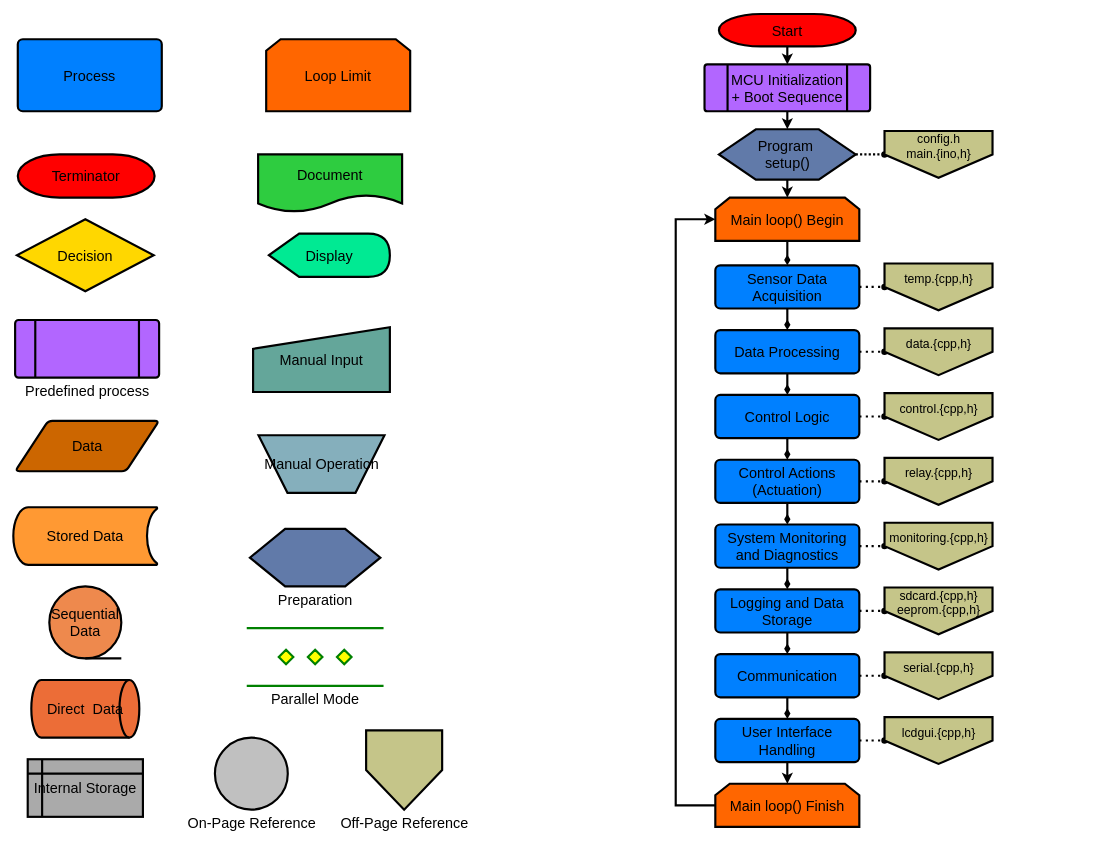
Earlier version of the draw.io diagram software/main/Press_Software_Flow_Diagram.drawio (uwo-fast/desktop-sheet-press). Source tidied: cells renumbered, new cells numbered last; positions are measured from the earlier drawing's top-left corner, leaving out a move shared by most shapes. Both pictures are drawn from the tidied source at 72%, with x=0, y=0 at pixel (13, 14).
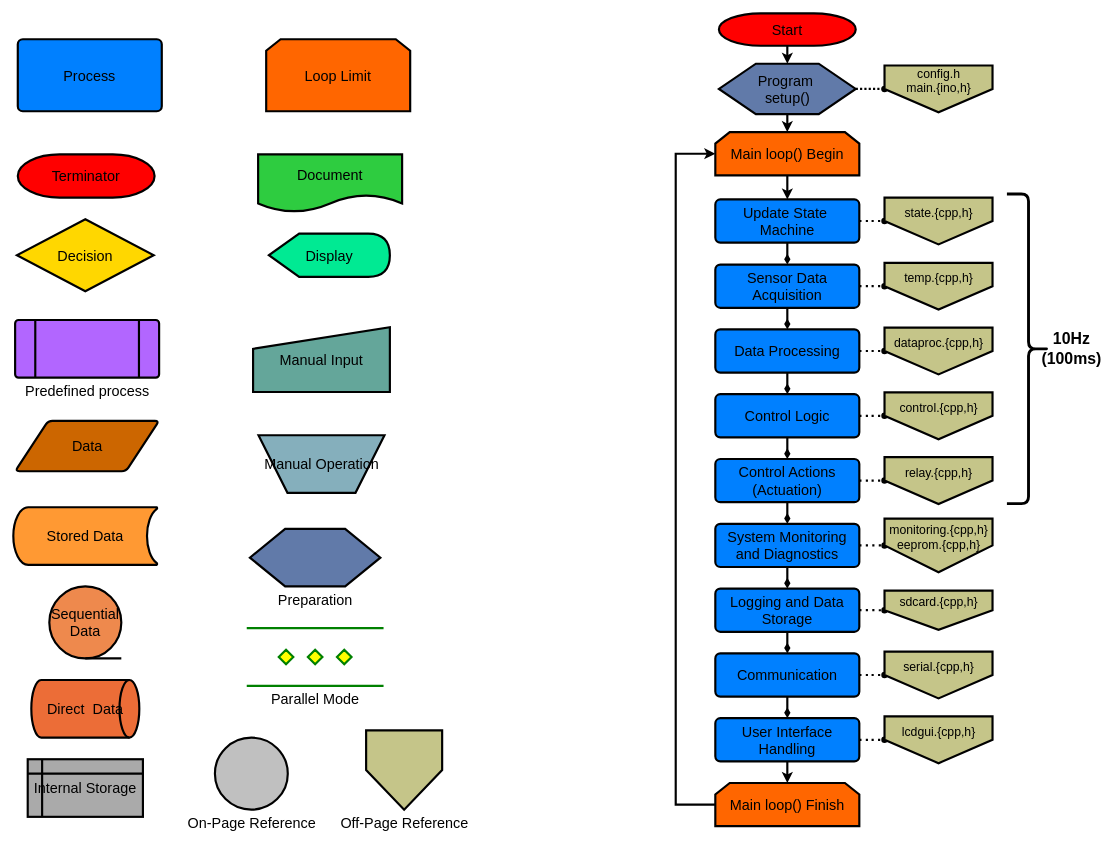
After the change.

Diff of the diagram source:
```diff
@@
-    <mxCell id="19" style="edgeStyle=orthogonalEdgeStyle;rounded=0;jettySize=auto;html=1;strokeWidth=3;" parent="1" edge="1" source="20" target="22">
-      <mxGeometry relative="1" as="geometry" />
-    </mxCell>
+    <mxCell id="64" style="edgeStyle=orthogonalEdgeStyle;rounded=0;jettySize=auto;html=1;strokeWidth=3;" parent="1" edge="1" source="20" target="33">
+      <mxGeometry relative="1" as="geometry" />
+    </mxCell>
     <mxCell id="20" value="Start" style="strokeWidth=3;html=1;shape=mxgraph.flowchart.terminator;whiteSpace=wrap;fillColor=#ff0000;fillStyle=auto;fontSize=20;" parent="1" vertex="1">
-      <mxGeometry x="980" width="190" height="45" as="geometry" />
+      <mxGeometry x="980" y="-1" width="190" height="45" as="geometry" />
     </mxCell>
-    <mxCell id="21" style="edgeStyle=orthogonalEdgeStyle;rounded=0;jettySize=auto;html=1;strokeWidth=3;" parent="1" edge="1" source="22" target="33">
-      <mxGeometry relative="1" as="geometry" />
-    </mxCell>
-    <mxCell id="22" value="MCU Initialization + Boot Sequence" style="verticalLabelPosition=middle;verticalAlign=middle;html=1;shape=process;whiteSpace=wrap;rounded=1;size=0.14;arcSize=6;fillColor=#B266FF;fontSize=20;strokeWidth=3;labelPosition=center;align=center;" parent="1" vertex="1">
-      <mxGeometry x="960" y="70" width="230" height="65" as="geometry" />
-    </mxCell>
@@
-    <mxCell id="24" style="edgeStyle=orthogonalEdgeStyle;rounded=0;jettySize=auto;html=1;strokeWidth=3;endArrow=diamondThin;endFill=1;" parent="1" edge="1" source="25" target="30">
-      <mxGeometry relative="1" as="geometry" />
-    </mxCell>
+    <mxCell id="65" style="edgeStyle=orthogonalEdgeStyle;rounded=0;jettySize=auto;html=1;strokeWidth=3;" parent="1" edge="1" source="25" target="68">
+      <mxGeometry relative="1" as="geometry" />
+    </mxCell>
     <mxCell id="25" value="Main loop() Begin" style="shape=loopLimit;whiteSpace=wrap;html=1;fillColor=#ff6600;fontSize=20;strokeWidth=3;" parent="1" vertex="1">
-      <mxGeometry x="975" y="255" width="200" height="60" as="geometry" />
+      <mxGeometry x="975" y="164" width="200" height="60" as="geometry" />
     </mxCell>
     <mxCell id="26" style="edgeStyle=elbowEdgeStyle;rounded=0;jettySize=auto;html=1;entryX=0;entryY=0.5;entryDx=0;entryDy=0;exitX=0;exitY=0.5;exitDx=0;exitDy=0;strokeWidth=3;" parent="1" edge="1" source="27" target="25">
       <mxGeometry relative="1" as="geometry">
         <Array as="points">
-          <mxPoint x="920" y="689" />
+          <mxPoint x="920" y="598" />
         </Array>
       </mxGeometry>
     </mxCell>
     <mxCell id="27" value="Main loop() Finish" style="shape=loopLimit;whiteSpace=wrap;html=1;fillColor=#ff6600;fontSize=20;strokeWidth=3;" parent="1" vertex="1">
-      <mxGeometry x="975" y="1069" width="200" height="60" as="geometry" />
+      <mxGeometry x="975" y="1068" width="200" height="60" as="geometry" />
     </mxCell>
@@
     <mxCell id="30" value="Sensor Data Acquisition" style="rounded=1;whiteSpace=wrap;html=1;absoluteArcSize=1;arcSize=14;strokeWidth=3;fillColor=#0080ff;fontSize=20;" parent="1" vertex="1">
-      <mxGeometry x="975" y="349" width="200" height="60" as="geometry" />
+      <mxGeometry x="975" y="348" width="200" height="60" as="geometry" />
     </mxCell>
@@
     <mxCell id="33" value="&lt;div&gt;Program&amp;nbsp;&lt;/div&gt;&lt;div&gt;setup()&lt;br&gt;&lt;/div&gt;" style="verticalLabelPosition=middle;verticalAlign=middle;html=1;shape=hexagon;perimeter=hexagonPerimeter2;arcSize=6;size=0.27;fillColor=#617aa9;fontSize=20;strokeWidth=3;labelPosition=center;align=center;" parent="1" vertex="1">
-      <mxGeometry x="980" y="160" width="190" height="70" as="geometry" />
+      <mxGeometry x="980" y="69" width="190" height="70" as="geometry" />
     </mxCell>
@@
     <mxCell id="36" value="Data Processing" style="rounded=1;whiteSpace=wrap;html=1;absoluteArcSize=1;arcSize=14;strokeWidth=3;fillColor=#0080ff;fontSize=20;" parent="1" vertex="1">
-      <mxGeometry x="975" y="439" width="200" height="60" as="geometry" />
+      <mxGeometry x="975" y="438" width="200" height="60" as="geometry" />
     </mxCell>
@@
     <mxCell id="39" value="Control Logic" style="rounded=1;whiteSpace=wrap;html=1;absoluteArcSize=1;arcSize=14;strokeWidth=3;fillColor=#0080ff;fontSize=20;" parent="1" vertex="1">
-      <mxGeometry x="975" y="529" width="200" height="60" as="geometry" />
+      <mxGeometry x="975" y="528" width="200" height="60" as="geometry" />
     </mxCell>
@@
     <mxCell id="42" value="Control Actions (Actuation)" style="rounded=1;whiteSpace=wrap;html=1;absoluteArcSize=1;arcSize=14;strokeWidth=3;fillColor=#0080ff;fontSize=20;" parent="1" vertex="1">
-      <mxGeometry x="975" y="619" width="200" height="60" as="geometry" />
+      <mxGeometry x="975" y="618" width="200" height="60" as="geometry" />
     </mxCell>
@@
     <mxCell id="45" value="System Monitoring and Diagnostics" style="rounded=1;whiteSpace=wrap;html=1;absoluteArcSize=1;arcSize=14;strokeWidth=3;fillColor=#0080ff;fontSize=20;" parent="1" vertex="1">
-      <mxGeometry x="975" y="709" width="200" height="60" as="geometry" />
+      <mxGeometry x="975" y="708" width="200" height="60" as="geometry" />
     </mxCell>
@@
     <mxCell id="48" value="Logging and Data Storage" style="rounded=1;whiteSpace=wrap;html=1;absoluteArcSize=1;arcSize=14;strokeWidth=3;fillColor=#0080ff;fontSize=20;" parent="1" vertex="1">
-      <mxGeometry x="975" y="799" width="200" height="60" as="geometry" />
+      <mxGeometry x="975" y="798" width="200" height="60" as="geometry" />
     </mxCell>
@@
     <mxCell id="51" value="Communication" style="rounded=1;whiteSpace=wrap;html=1;absoluteArcSize=1;arcSize=14;strokeWidth=3;fillColor=#0080ff;fontSize=20;" parent="1" vertex="1">
-      <mxGeometry x="975" y="889" width="200" height="60" as="geometry" />
+      <mxGeometry x="975" y="888" width="200" height="60" as="geometry" />
     </mxCell>
@@
     <mxCell id="54" value="User Interface Handling" style="rounded=1;whiteSpace=wrap;html=1;absoluteArcSize=1;arcSize=14;strokeWidth=3;fillColor=#0080ff;fontSize=20;" parent="1" vertex="1">
-      <mxGeometry x="975" y="979" width="200" height="60" as="geometry" />
+      <mxGeometry x="975" y="978" width="200" height="60" as="geometry" />
     </mxCell>
     <mxCell id="55" value="&lt;div style=&quot;font-size: 17px;&quot;&gt;config.h&lt;br style=&quot;font-size: 17px;&quot;&gt;&lt;/div&gt;&lt;div style=&quot;font-size: 17px;&quot;&gt;main.{ino,h}&lt;/div&gt;&lt;div style=&quot;font-size: 17px;&quot;&gt;&lt;br style=&quot;font-size: 17px;&quot;&gt;&lt;/div&gt;" style="verticalLabelPosition=middle;verticalAlign=middle;html=1;shape=offPageConnector;rounded=0;size=0.5;fillColor=#c5c589;fontSize=17;strokeWidth=3;labelPosition=center;align=center;" parent="1" vertex="1">
-      <mxGeometry x="1210" y="162.5" width="150" height="65" as="geometry" />
+      <mxGeometry x="1210" y="71.5" width="150" height="65" as="geometry" />
     </mxCell>
     <mxCell id="56" value="&lt;div style=&quot;font-size: 17px;&quot;&gt;temp.{cpp,h}&lt;/div&gt;&lt;div style=&quot;font-size: 17px;&quot;&gt;&lt;br style=&quot;font-size: 17px;&quot;&gt;&lt;/div&gt;" style="verticalLabelPosition=middle;verticalAlign=middle;html=1;shape=offPageConnector;rounded=0;size=0.5;fillColor=#c5c589;fontSize=17;strokeWidth=3;labelPosition=center;align=center;" parent="1" vertex="1">
-      <mxGeometry x="1210" y="346.5" width="150" height="65" as="geometry" />
+      <mxGeometry x="1210" y="345.5" width="150" height="65" as="geometry" />
     </mxCell>
-    <mxCell id="57" value="&lt;div style=&quot;font-size: 17px;&quot;&gt;data.{cpp,h}&lt;/div&gt;&lt;div style=&quot;font-size: 17px;&quot;&gt;&lt;br style=&quot;font-size: 17px;&quot;&gt;&lt;/div&gt;" style="verticalLabelPosition=middle;verticalAlign=middle;html=1;shape=offPageConnector;rounded=0;size=0.5;fillColor=#c5c589;fontSize=17;strokeWidth=3;labelPosition=center;align=center;" parent="1" vertex="1">
-      <mxGeometry x="1210" y="436.5" width="150" height="65" as="geometry" />
+    <mxCell id="57" value="&lt;div style=&quot;font-size: 17px;&quot;&gt;dataproc.{cpp,h}&lt;/div&gt;&lt;div style=&quot;font-size: 17px;&quot;&gt;&lt;br style=&quot;font-size: 17px;&quot;&gt;&lt;/div&gt;" style="verticalLabelPosition=middle;verticalAlign=middle;html=1;shape=offPageConnector;rounded=0;size=0.5;fillColor=#c5c589;fontSize=17;strokeWidth=3;labelPosition=center;align=center;" parent="1" vertex="1">
+      <mxGeometry x="1210" y="435.5" width="150" height="65" as="geometry" />
     </mxCell>
     <mxCell id="58" value="&lt;div style=&quot;font-size: 17px;&quot;&gt;control.{cpp,h}&lt;/div&gt;&lt;div style=&quot;font-size: 17px;&quot;&gt;&lt;br style=&quot;font-size: 17px;&quot;&gt;&lt;/div&gt;" style="verticalLabelPosition=middle;verticalAlign=middle;html=1;shape=offPageConnector;rounded=0;size=0.5;fillColor=#c5c589;fontSize=17;strokeWidth=3;labelPosition=center;align=center;" parent="1" vertex="1">
-      <mxGeometry x="1210" y="526.5" width="150" height="65" as="geometry" />
+      <mxGeometry x="1210" y="525.5" width="150" height="65" as="geometry" />
     </mxCell>
     <mxCell id="59" value="&lt;div style=&quot;font-size: 17px;&quot;&gt;relay.{cpp,h}&lt;/div&gt;&lt;div style=&quot;font-size: 17px;&quot;&gt;&lt;br style=&quot;font-size: 17px;&quot;&gt;&lt;/div&gt;" style="verticalLabelPosition=middle;verticalAlign=middle;html=1;shape=offPageConnector;rounded=0;size=0.5;fillColor=#c5c589;fontSize=17;strokeWidth=3;labelPosition=center;align=center;" parent="1" vertex="1">
-      <mxGeometry x="1210" y="616.5" width="150" height="65" as="geometry" />
+      <mxGeometry x="1210" y="615.5" width="150" height="65" as="geometry" />
     </mxCell>
-    <mxCell id="60" value="&lt;div style=&quot;font-size: 17px;&quot;&gt;monitoring.{cpp,h}&lt;/div&gt;&lt;div style=&quot;font-size: 17px;&quot;&gt;&lt;br style=&quot;font-size: 17px;&quot;&gt;&lt;/div&gt;" style="verticalLabelPosition=middle;verticalAlign=middle;html=1;shape=offPageConnector;rounded=0;size=0.5;fillColor=#c5c589;fontSize=17;strokeWidth=3;labelPosition=center;align=center;" parent="1" vertex="1">
-      <mxGeometry x="1210" y="706.5" width="150" height="65" as="geometry" />
+    <mxCell id="60" value="&lt;div style=&quot;font-size: 17px;&quot;&gt;monitoring.{cpp,h}&lt;/div&gt;&lt;div style=&quot;font-size: 17px;&quot;&gt;eeprom.{cpp,h}&lt;/div&gt;&lt;div style=&quot;font-size: 17px;&quot;&gt;&lt;br&gt;&lt;/div&gt;" style="verticalLabelPosition=middle;verticalAlign=middle;html=1;shape=offPageConnector;rounded=0;size=0.5;fillColor=#c5c589;fontSize=17;strokeWidth=3;labelPosition=center;align=center;" parent="1" vertex="1">
+      <mxGeometry x="1210" y="700.8" width="150" height="74.5" as="geometry" />
     </mxCell>
-    <mxCell id="61" value="&lt;div style=&quot;font-size: 17px;&quot;&gt;sdcard.{cpp,h}&lt;/div&gt;&lt;div style=&quot;font-size: 17px;&quot;&gt;eeprom.{cpp,h}&lt;/div&gt;&lt;div style=&quot;font-size: 17px;&quot;&gt;&lt;br style=&quot;font-size: 17px;&quot;&gt;&lt;/div&gt;" style="verticalLabelPosition=middle;verticalAlign=middle;html=1;shape=offPageConnector;rounded=0;size=0.5;fillColor=#c5c589;fontSize=17;strokeWidth=3;labelPosition=center;align=center;" parent="1" vertex="1">
-      <mxGeometry x="1210" y="796.5" width="150" height="65" as="geometry" />
+    <mxCell id="61" value="&lt;div style=&quot;font-size: 17px;&quot;&gt;sdcard.{cpp,h}&lt;/div&gt;&lt;div style=&quot;font-size: 17px;&quot;&gt;&lt;br style=&quot;font-size: 17px;&quot;&gt;&lt;/div&gt;" style="verticalLabelPosition=middle;verticalAlign=middle;html=1;shape=offPageConnector;rounded=0;size=0.5;fillColor=#c5c589;fontSize=17;strokeWidth=3;labelPosition=center;align=center;" parent="1" vertex="1">
+      <mxGeometry x="1210" y="800.8" width="150" height="54.5" as="geometry" />
     </mxCell>
     <mxCell id="62" value="&lt;div style=&quot;font-size: 17px;&quot;&gt;serial.{cpp,h}&lt;/div&gt;&lt;div style=&quot;font-size: 17px;&quot;&gt;&lt;br style=&quot;font-size: 17px;&quot;&gt;&lt;/div&gt;" style="verticalLabelPosition=middle;verticalAlign=middle;html=1;shape=offPageConnector;rounded=0;size=0.5;fillColor=#c5c589;fontSize=17;strokeWidth=3;labelPosition=center;align=center;" parent="1" vertex="1">
-      <mxGeometry x="1210" y="886.5" width="150" height="65" as="geometry" />
+      <mxGeometry x="1210" y="885.5" width="150" height="65" as="geometry" />
     </mxCell>
     <mxCell id="63" value="&lt;div style=&quot;font-size: 17px;&quot;&gt;&lt;div style=&quot;font-size: 17px;&quot;&gt;lcdgui.{cpp,h}&lt;/div&gt;&lt;/div&gt;&lt;div style=&quot;font-size: 17px;&quot;&gt;&lt;br style=&quot;font-size: 17px;&quot;&gt;&lt;/div&gt;" style="verticalLabelPosition=middle;verticalAlign=middle;html=1;shape=offPageConnector;rounded=0;size=0.5;fillColor=#c5c589;fontSize=17;strokeWidth=3;labelPosition=center;align=center;" parent="1" vertex="1">
-      <mxGeometry x="1210" y="976.5" width="150" height="65" as="geometry" />
+      <mxGeometry x="1210" y="975.5" width="150" height="65" as="geometry" />
     </mxCell>
+    <mxCell id="66" style="edgeStyle=orthogonalEdgeStyle;rounded=0;jettySize=auto;html=1;endArrow=oval;endFill=1;strokeWidth=3;dashed=1;dashPattern=1 2;" parent="1" edge="1" source="68" target="69">
+      <mxGeometry relative="1" as="geometry" />
+    </mxCell>
+    <mxCell id="67" style="edgeStyle=orthogonalEdgeStyle;rounded=0;jettySize=auto;html=1;strokeWidth=3;endArrow=diamondThin;endFill=1;" parent="1" edge="1" source="68" target="30">
+      <mxGeometry relative="1" as="geometry" />
+    </mxCell>
+    <mxCell id="68" value="&lt;div&gt;Update State&amp;nbsp;&lt;/div&gt;&lt;div&gt;Machine&lt;/div&gt;" style="rounded=1;whiteSpace=wrap;html=1;absoluteArcSize=1;arcSize=14;strokeWidth=3;fillColor=#0080ff;fontSize=20;" parent="1" vertex="1">
+      <mxGeometry x="975" y="257.5" width="200" height="60" as="geometry" />
+    </mxCell>
+    <mxCell id="69" value="&lt;div style=&quot;font-size: 17px;&quot;&gt;state.{cpp,h}&lt;/div&gt;&lt;div style=&quot;font-size: 17px;&quot;&gt;&lt;br style=&quot;font-size: 17px;&quot;&gt;&lt;/div&gt;" style="verticalLabelPosition=middle;verticalAlign=middle;html=1;shape=offPageConnector;rounded=0;size=0.5;fillColor=#c5c589;fontSize=17;strokeWidth=3;labelPosition=center;align=center;" parent="1" vertex="1">
+      <mxGeometry x="1210" y="255" width="150" height="65" as="geometry" />
+    </mxCell>
+    <mxCell id="70" value="&lt;div&gt;&lt;b style=&quot;font-size: 22px;&quot;&gt;10Hz (100ms)&lt;/b&gt;&lt;br&gt;&lt;/div&gt;" style="shape=curlyBracket;whiteSpace=wrap;html=1;rounded=1;flipH=1;labelPosition=right;verticalLabelPosition=middle;align=center;verticalAlign=middle;strokeWidth=4;" parent="1" vertex="1">
+      <mxGeometry x="1380" y="250" width="60" height="430" as="geometry" />
+    </mxCell>
```
